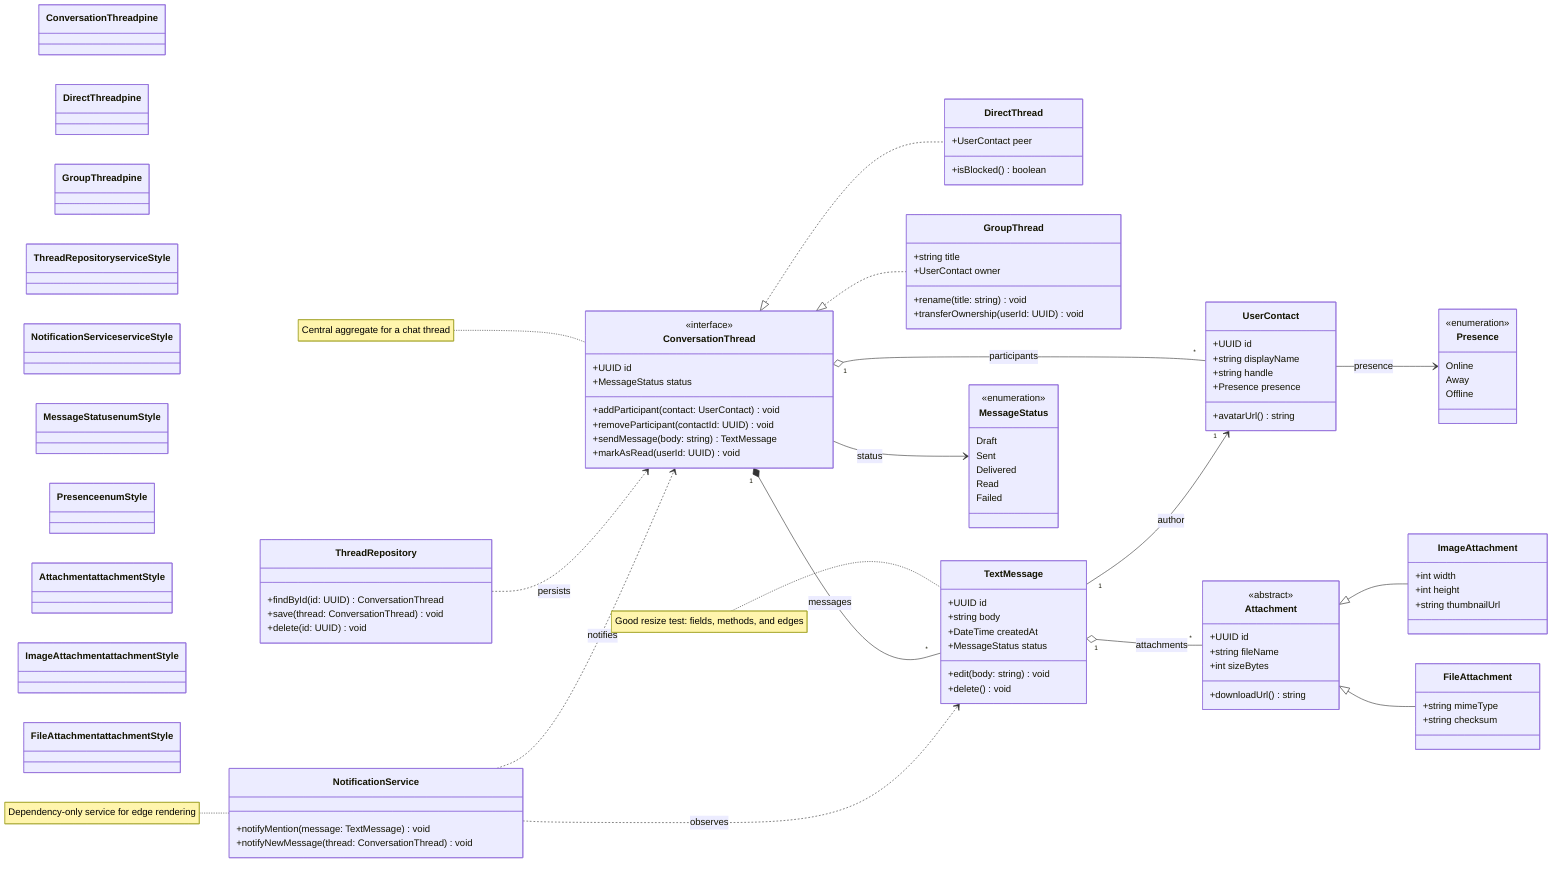
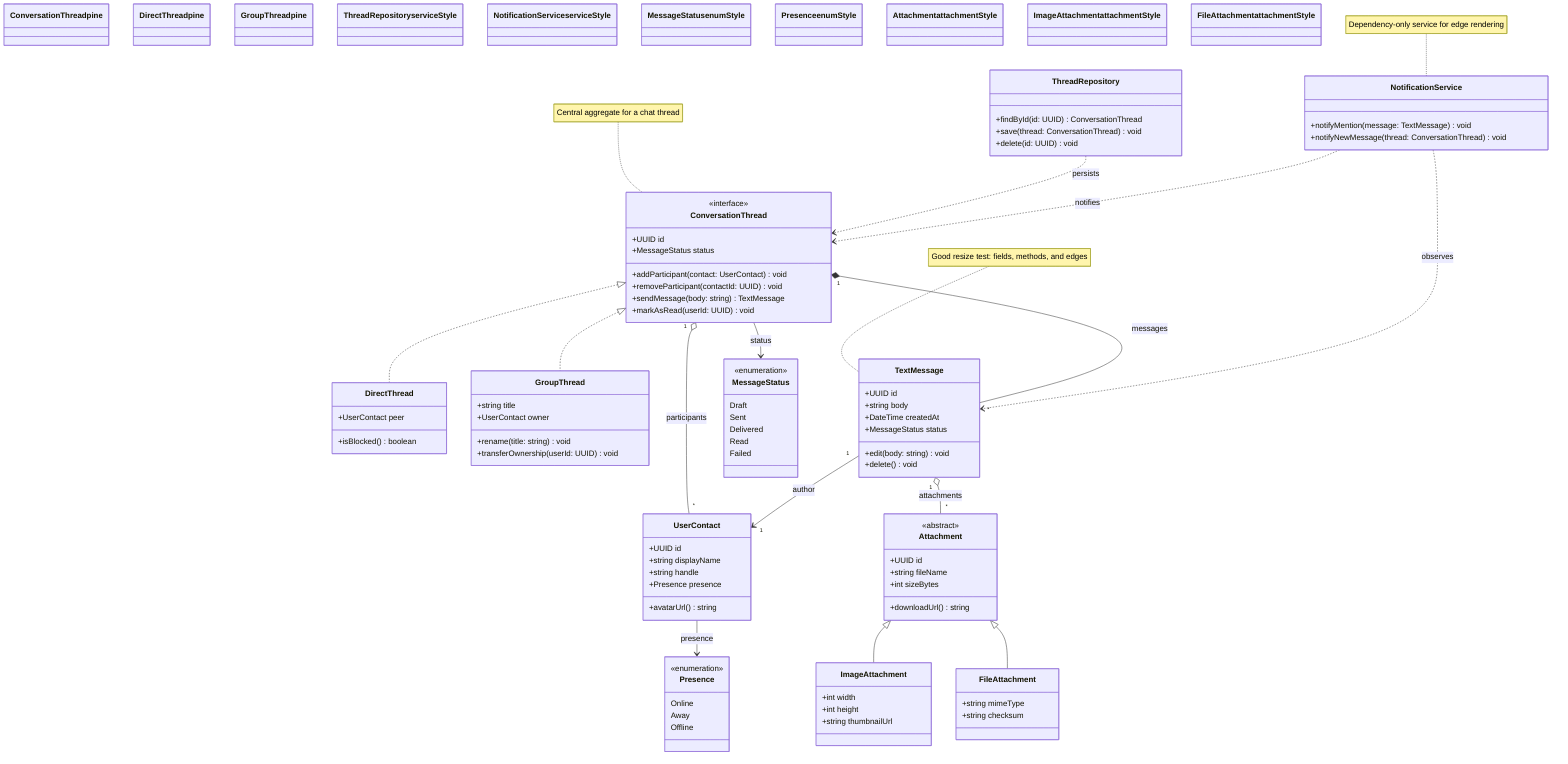
classDiagram
- direction LR
+ direction TB

class ConversationThread {
  <<interface>>
  +UUID id
  +MessageStatus status
  +addParticipant(contact: UserContact) void
  +removeParticipant(contactId: UUID) void
  +sendMessage(body: string) TextMessage
  +markAsRead(userId: UUID) void
}

class DirectThread {
  +UserContact peer
  +isBlocked() boolean
}

class GroupThread {
  +string title
  +UserContact owner
  +rename(title: string) void
  +transferOwnership(userId: UUID) void
}

class UserContact {
  +UUID id
  +string displayName
  +string handle
  +Presence presence
  +avatarUrl() string
}

class TextMessage {
  +UUID id
  +string body
  +DateTime createdAt
  +MessageStatus status
  +edit(body: string) void
  +delete() void
}

class Attachment {
  <<abstract>>
  +UUID id
  +string fileName
  +int sizeBytes
  +downloadUrl() string
}

class ImageAttachment {
  +int width
  +int height
  +string thumbnailUrl
}

class FileAttachment {
  +string mimeType
  +string checksum
}

class MessageStatus {
  <<enumeration>>
  Draft
  Sent
  Delivered
  Read
  Failed
}

class Presence {
  <<enumeration>>
  Online
  Away
  Offline
}

class ThreadRepository {
  +findById(id: UUID) ConversationThread
  +save(thread: ConversationThread) void
  +delete(id: UUID) void
}

class NotificationService {
  +notifyMention(message: TextMessage) void
  +notifyNewMessage(thread: ConversationThread) void
}

ConversationThread <|.. DirectThread
ConversationThread <|.. GroupThread

ConversationThread "1" o-- "*" UserContact : participants
ConversationThread "1" *-- "*" TextMessage : messages
TextMessage "1" --> "1" UserContact : author
TextMessage "1" o-- "*" Attachment : attachments

Attachment <|-- ImageAttachment
Attachment <|-- FileAttachment

ConversationThread --> MessageStatus : status
UserContact --> Presence : presence
ThreadRepository ..> ConversationThread : persists
NotificationService ..> TextMessage : observes
NotificationService ..> ConversationThread : notifies
- %% @note: x=174 y=-180 w=180 h=96
+ %% @note: x=1278 y=197 w=180 h=64
+ %% @note: x=1278 y=197 w=180 h=64

+ 
+ %% @note: x=1278 y=197 w=180 h=64
note for ConversationThread "Central aggregate for a chat thread"
+ %% @note: x=1060 y=468 w=180 h=64
+ %% @note: x=1060 y=468 w=180 h=64
+ %% @note: x=1060 y=468 w=180 h=64
+ %% @note: x=1060 y=468 w=180 h=64
+ %% @note: x=1343 y=423 w=180 h=64
+ %% @note: x=1060 y=468 w=180 h=64
+ %% @note: x=1343 y=423 w=180 h=64
+ %% @note: x=1343 y=423 w=180 h=64
+ %% @note: x=646 y=40 w=180 h=64
+ 
note for TextMessage "Good resize test: fields, methods, and edges"
+ %% @note: x=660 y=68 w=180 h=64
+ %% @note: x=660 y=68 w=180 h=64
+ %% @note: x=660 y=68 w=180 h=64
+ %% @note: x=660 y=68 w=180 h=64
+ %% @note: x=646 y=40 w=180 h=64
+ %% @note: x=660 y=68 w=180 h=64
+ %% @note: x=646 y=40 w=180 h=64
+ %% @note: x=646 y=40 w=180 h=64
+ 
note for NotificationService "Dependency-only service for edge rendering"

classDef pine fill:#779c8c,stroke:#275340,color:#ffffff
classDef serviceStyle fill:#2f4f6f,stroke:#7fb3d5,color:#ffffff
classDef enumStyle fill:#3b3b3b,stroke:#8f8f8f,color:#ffffff
classDef attachmentStyle fill:#6f5a7f,stroke:#b79ad1,color:#ffffff

class ConversationThread pine
class DirectThread pine
class GroupThread pine
class ThreadRepository serviceStyle
class NotificationService serviceStyle
class MessageStatus enumStyle
class Presence enumStyle
+ 
class Attachment attachmentStyle
class ImageAttachment attachmentStyle
class FileAttachment attachmentStyle

- %% @spatial:ConversationThread x=40 y=40 w=200 h=150
- %% @spatial:DirectThread x=280 y=40 w=200 h=150
- %% @spatial:GroupThread x=520 y=40 w=200 h=150
- %% @spatial:UserContact x=760 y=40 w=200 h=150
- %% @spatial:TextMessage x=1000 y=40 w=200 h=150
- %% @spatial:Attachment x=1240 y=40 w=200 h=150
- %% @spatial:ImageAttachment x=1480 y=40 w=200 h=150
- %% @spatial:FileAttachment x=1720 y=40 w=200 h=150
- %% @spatial:MessageStatus x=1960 y=40 w=200 h=150
- %% @spatial:Presence x=2200 y=40 w=200 h=150
- %% @spatial:ThreadRepository x=2440 y=40 w=200 h=150
- %% @spatial:NotificationService x=2680 y=40 w=200 h=150
+ %% @spatial:ConversationThread x=401 y=354 w=408 h=202
+ %% @spatial:DirectThread x=40 y=664 w=232 h=106
+ %% @spatial:GroupThread x=322 y=640 w=368 h=154
+ %% @spatial:UserContact x=613 y=878 w=224 h=178
+ %% @spatial:TextMessage x=1028 y=616 w=264 h=202
+ 
+ %% @spatial:ImageAttachment x=927 y=1116 w=216 h=130
+ 
+ %% @spatial:MessageStatus x=750 y=628 w=160 h=178
+ %% @spatial:Presence x=645 y=1116 w=160 h=130
+ %% @spatial:ThreadRepository x=100 y=164 w=376 h=130
+ %% @spatial:NotificationService x=526 y=176 w=420 h=106
+ %% @spatial:FileAttachment x=1208 y=1135 w=184 h=131
+ %% @spatial:Attachment x=1230 y=912 w=240 h=177


+ 
+ 
+ 
+ 
+ 
+ 
+ 
+ 
+ 
